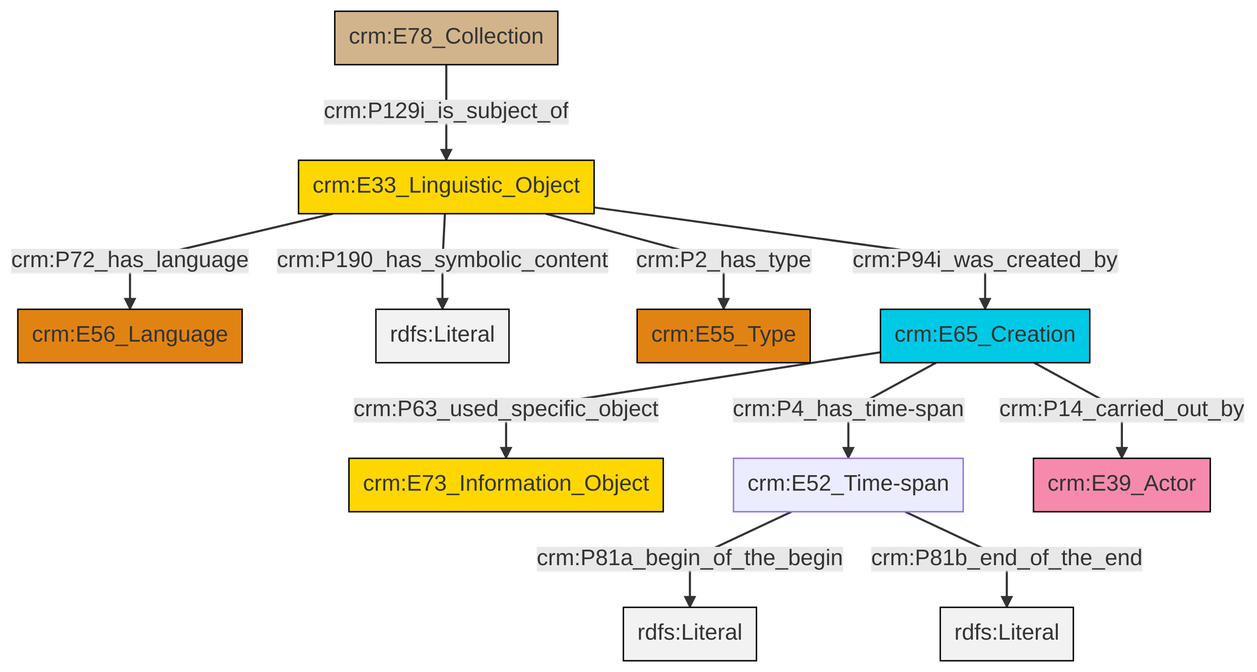
Earlier version of the Mermaid export et/archivalCSV/ttl/mmd/png/archival_desc.png (swiss-art-research-net/docs.swissartresearch). Its source is kept beside it as et/archivalCSV/ttl/mmd/archival_desc.ttl.mmd.
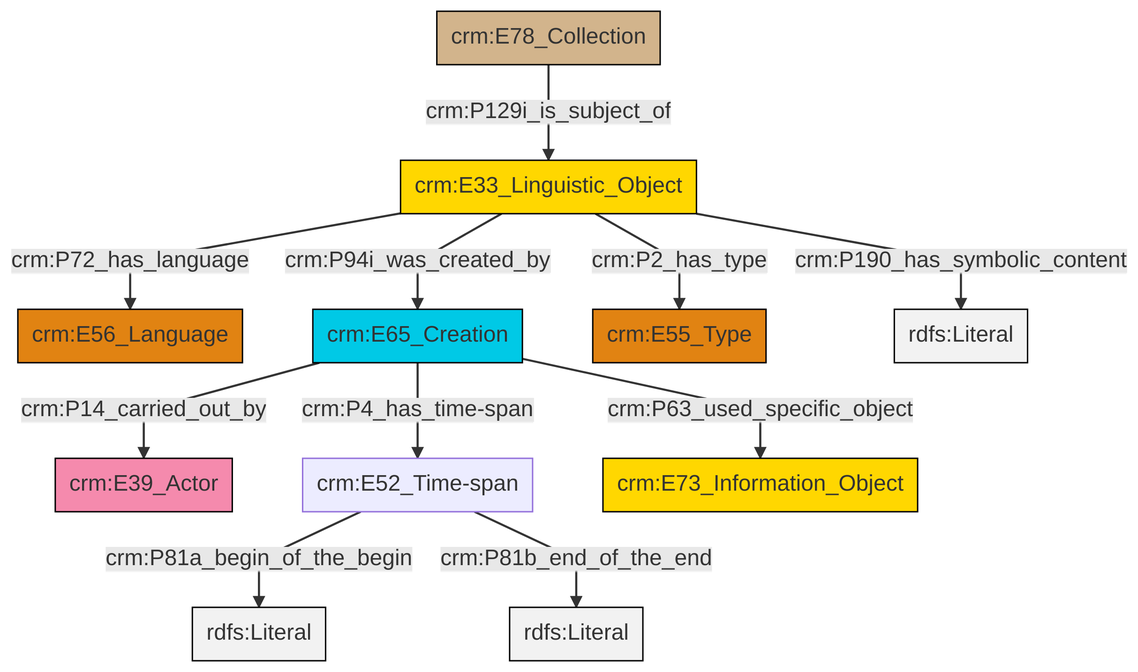
The same diagram one commit later.

Diff of the diagram source:
```diff
@@ -13,13 +13,13 @@
 classDef PC_Classes fill:#4ce600, stroke:#000000;
 classDef Multi fill:#cccccc,stroke:#000000;
 
-4["crm:E33_Linguistic_Object"]:::Conceptual_Object -->|crm:P190_has_symbolic_content| 5[rdfs:Literal]:::Literal
-4["crm:E33_Linguistic_Object"]:::Conceptual_Object -->|crm:P2_has_type| 6["crm:E55_Type"]:::Type
-7["crm:E65_Creation"]:::Temporal_Entity -->|crm:P4_has_time-span| 8["crm:E52_Time-span"]:::Default
-9["crm:E78_Collection"]:::Physical_Thing -->|crm:P129i_is_subject_of| 4["crm:E33_Linguistic_Object"]:::Conceptual_Object
-4["crm:E33_Linguistic_Object"]:::Conceptual_Object -->|crm:P94i_was_created_by| 7["crm:E65_Creation"]:::Temporal_Entity
-8["crm:E52_Time-span"]:::Default -->|crm:P81a_begin_of_the_begin| 12[rdfs:Literal]:::Literal
-4["crm:E33_Linguistic_Object"]:::Conceptual_Object -->|crm:P72_has_language| 0["crm:E56_Language"]:::Type
-7["crm:E65_Creation"]:::Temporal_Entity -->|crm:P63_used_specific_object| 2["crm:E73_Information_Object"]:::Conceptual_Object
-7["crm:E65_Creation"]:::Temporal_Entity -->|crm:P14_carried_out_by| 10["crm:E39_Actor"]:::Actor
-8["crm:E52_Time-span"]:::Default -->|crm:P81b_end_of_the_end| 18[rdfs:Literal]:::Literal
+0["crm:E33_Linguistic_Object"]:::Conceptual_Object -->|crm:P72_has_language| 1["crm:E56_Language"]:::Type
+2["crm:E65_Creation"]:::Temporal_Entity -->|crm:P14_carried_out_by| 3["crm:E39_Actor"]:::Actor
+2["crm:E65_Creation"]:::Temporal_Entity -->|crm:P4_has_time-span| 5["crm:E52_Time-span"]:::Default
+0["crm:E33_Linguistic_Object"]:::Conceptual_Object -->|crm:P2_has_type| 6["crm:E55_Type"]:::Type
+0["crm:E33_Linguistic_Object"]:::Conceptual_Object -->|crm:P190_has_symbolic_content| 7[rdfs:Literal]:::Literal
+0["crm:E33_Linguistic_Object"]:::Conceptual_Object -->|crm:P94i_was_created_by| 2["crm:E65_Creation"]:::Temporal_Entity
+9["crm:E78_Collection"]:::Physical_Thing -->|crm:P129i_is_subject_of| 0["crm:E33_Linguistic_Object"]:::Conceptual_Object
+5["crm:E52_Time-span"]:::Default -->|crm:P81a_begin_of_the_begin| 13[rdfs:Literal]:::Literal
+2["crm:E65_Creation"]:::Temporal_Entity -->|crm:P63_used_specific_object| 14["crm:E73_Information_Object"]:::Conceptual_Object
+5["crm:E52_Time-span"]:::Default -->|crm:P81b_end_of_the_end| 15[rdfs:Literal]:::Literal
```
